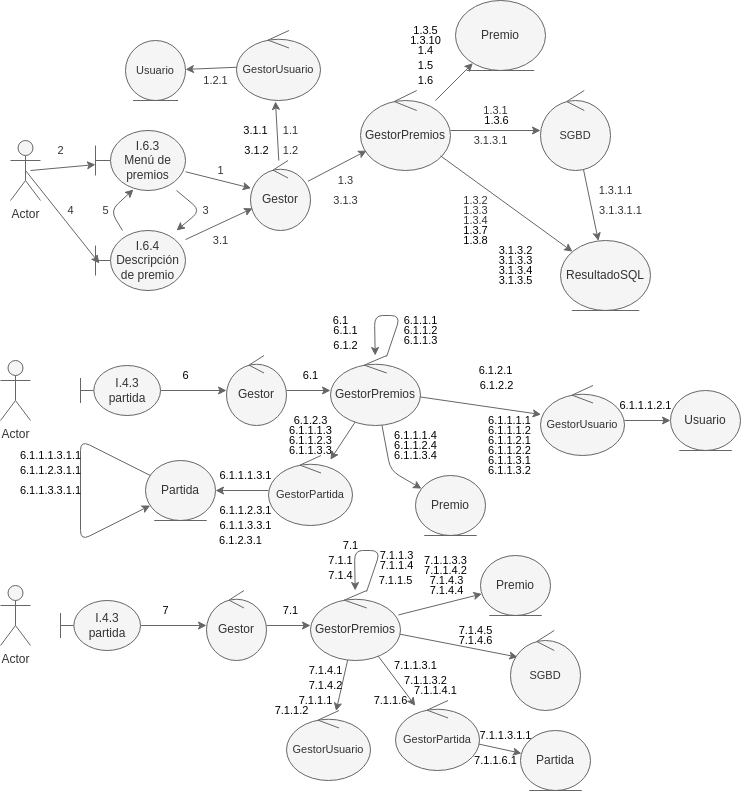
The draw.io diagram documentacion/funcionalidad 6/dcomunicacion.png in mikel-egana-aranguren/ADSI-22-23-Tetris, before a commit. Source tidied: cells renumbered, new cells last; positions are measured from the earlier drawing's top-left corner, leaving out a move shared by most shapes.
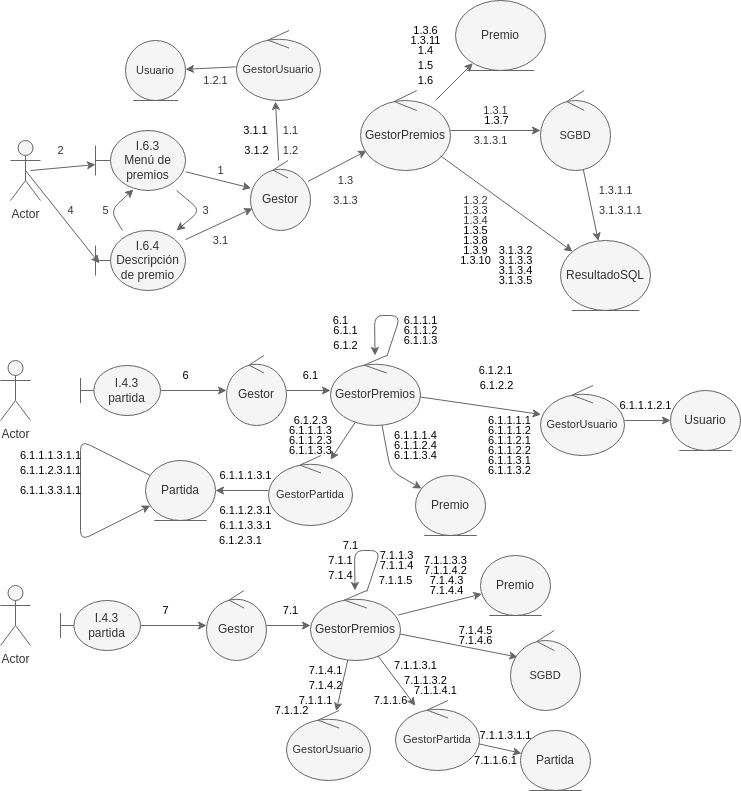
Later version of the same file.

Diff of the diagram source:
```diff
@@ -452,20 +452,26 @@
     <mxCell id="141" value="1.6" style="text;html=1;align=center;verticalAlign=middle;strokeColor=none;fillColor=none;fontSize=11;fontFamily=Helvetica;fontColor=#000000;" parent="1" vertex="1">
       <mxGeometry x="410" y="70" width="30" height="20" as="geometry" />
     </mxCell>
-    <mxCell id="142" value="1.3.5" style="text;html=1;align=center;verticalAlign=middle;strokeColor=none;fillColor=none;fontSize=11;fontFamily=Helvetica;fontColor=#000000;" parent="1" vertex="1">
+    <mxCell id="142" value="1.3.6" style="text;html=1;align=center;verticalAlign=middle;strokeColor=none;fillColor=none;fontSize=11;fontFamily=Helvetica;fontColor=#000000;" parent="1" vertex="1">
       <mxGeometry x="405" y="20" width="40" height="20" as="geometry" />
     </mxCell>
-    <mxCell id="143" value="1.3.10" style="text;html=1;align=center;verticalAlign=middle;strokeColor=none;fillColor=none;fontSize=11;fontFamily=Helvetica;fontColor=#000000;" parent="1" vertex="1">
+    <mxCell id="143" value="1.3.11" style="text;html=1;align=center;verticalAlign=middle;strokeColor=none;fillColor=none;fontSize=11;fontFamily=Helvetica;fontColor=#000000;" parent="1" vertex="1">
       <mxGeometry x="400" y="30" width="50" height="20" as="geometry" />
     </mxCell>
-    <mxCell id="144" value="1.3.6" style="text;html=1;align=center;verticalAlign=middle;strokeColor=none;fillColor=none;fontSize=11;fontFamily=Helvetica;fontColor=#000000;" parent="1" vertex="1">
+    <mxCell id="144" value="1.3.7" style="text;html=1;align=center;verticalAlign=middle;strokeColor=none;fillColor=none;fontSize=11;fontFamily=Helvetica;fontColor=#000000;" parent="1" vertex="1">
       <mxGeometry x="476" y="110" width="40" height="20" as="geometry" />
     </mxCell>
-    <mxCell id="145" value="1.3.7" style="text;html=1;align=center;verticalAlign=middle;strokeColor=none;fillColor=none;fontSize=11;fontFamily=Helvetica;fontColor=#000000;" parent="1" vertex="1">
-      <mxGeometry x="455" y="220" width="40" height="20" as="geometry" />
+    <mxCell id="145" value="1.3.8" style="text;html=1;align=center;verticalAlign=middle;strokeColor=none;fillColor=none;fontSize=11;fontFamily=Helvetica;fontColor=#000000;" parent="1" vertex="1">
+      <mxGeometry x="455" y="230" width="40" height="20" as="geometry" />
     </mxCell>
-    <mxCell id="146" value="1.3.8" style="text;html=1;align=center;verticalAlign=middle;strokeColor=none;fillColor=none;fontSize=11;fontFamily=Helvetica;fontColor=#000000;" parent="1" vertex="1">
-      <mxGeometry x="455" y="230" width="40" height="20" as="geometry" />
+    <mxCell id="146" value="1.3.9" style="text;html=1;align=center;verticalAlign=middle;strokeColor=none;fillColor=none;fontSize=11;fontFamily=Helvetica;fontColor=#000000;" parent="1" vertex="1">
+      <mxGeometry x="455" y="240" width="40" height="20" as="geometry" />
     </mxCell>
+    <mxCell id="147" value="1.3.5" style="text;html=1;align=center;verticalAlign=middle;strokeColor=none;fillColor=none;fontColor=#000000;fontSize=11;" parent="1" vertex="1">
+      <mxGeometry x="455" y="220" width="40" height="20" as="geometry" />
+    </mxCell>
+    <mxCell id="148" value="1.3.10" style="text;html=1;align=center;verticalAlign=middle;strokeColor=none;fillColor=none;fontSize=11;fontColor=#000000;" parent="1" vertex="1">
+      <mxGeometry x="450" y="250" width="50" height="20" as="geometry" />
+    </mxCell>
   </root>
 </mxGraphModel>
```
